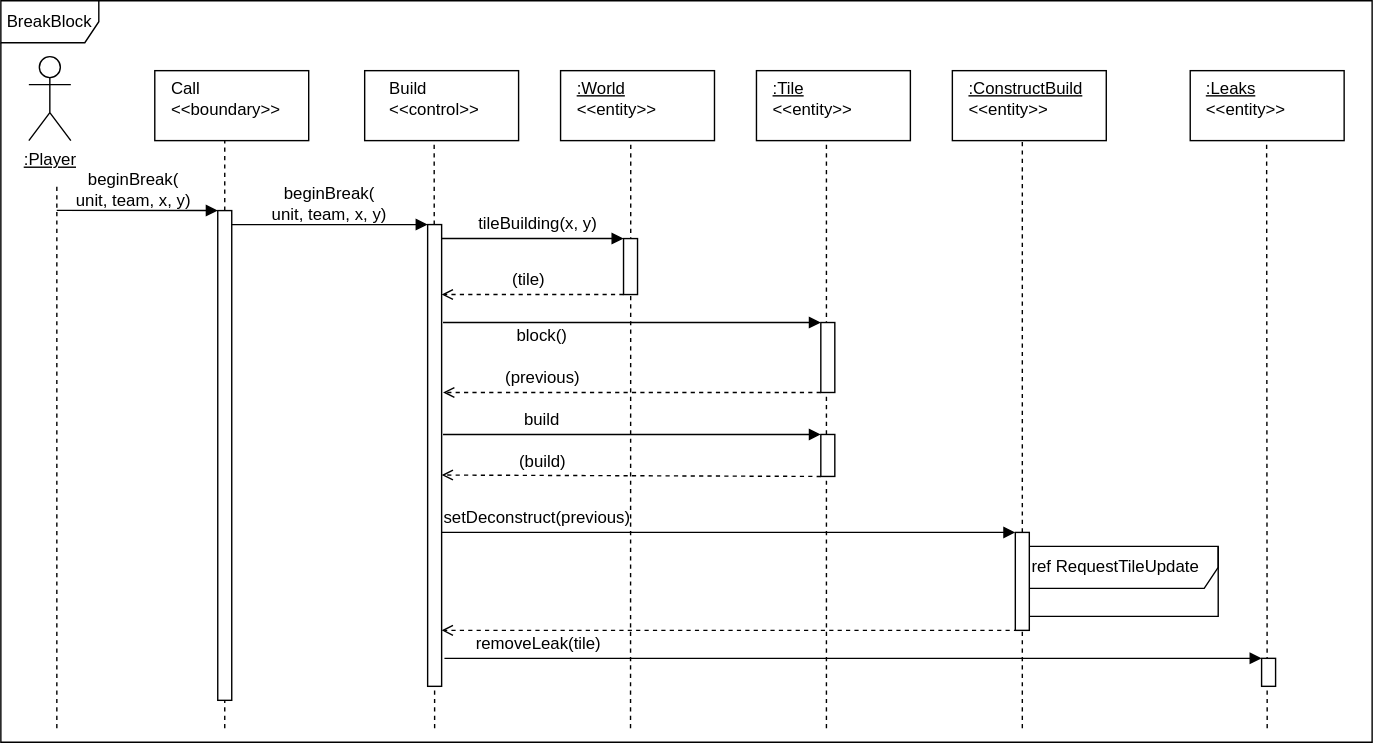
This is SE202526/Milestone3/UserStory2/assets/seqBreakBlock.svg from gabits17/Mindustry-Add-ons-SE-Project, a draw.io export, as it was before one commit. Source tidied: cells renumbered, new cells last; positions are measured from the earlier drawing's top-left corner, leaving out a move shared by most shapes. Its diagram source:
```xml
<mxGraphModel>
  <root>
    <mxCell id="0" />
    <mxCell id="1" parent="0" />
    <mxCell id="2" style="rounded=0;whiteSpace=wrap;html=1;" parent="1" vertex="1">
      <mxGeometry x="110" y="50" width="110" height="50" as="geometry" />
    </mxCell>
    <mxCell id="3" value="&lt;u&gt;:Player&lt;/u&gt;" style="shape=umlActor;verticalLabelPosition=bottom;verticalAlign=top;html=1;" parent="1" vertex="1">
      <mxGeometry x="20" y="40" width="30" height="60" as="geometry" />
    </mxCell>
    <mxCell id="4" value="Call&lt;div&gt;&amp;lt;&amp;lt;boundary&amp;gt;&amp;gt;&lt;/div&gt;" style="text;html=1;whiteSpace=wrap;strokeColor=none;fillColor=none;align=left;verticalAlign=middle;rounded=0;" parent="1" vertex="1">
      <mxGeometry x="120" y="55" width="60" height="30" as="geometry" />
    </mxCell>
    <mxCell id="5" style="rounded=0;whiteSpace=wrap;html=1;" parent="1" vertex="1">
      <mxGeometry x="260" y="50" width="110" height="50" as="geometry" />
    </mxCell>
    <mxCell id="6" value="&lt;div style=&quot;text-align: left;&quot;&gt;&lt;span style=&quot;background-color: transparent; color: light-dark(rgb(0, 0, 0), rgb(255, 255, 255));&quot;&gt;Build&lt;/span&gt;&lt;/div&gt;&lt;div&gt;&amp;lt;&amp;lt;control&amp;gt;&amp;gt;&lt;/div&gt;" style="text;html=1;whiteSpace=wrap;strokeColor=none;fillColor=none;align=center;verticalAlign=middle;rounded=0;" parent="1" vertex="1">
      <mxGeometry x="280" y="55" width="60" height="30" as="geometry" />
    </mxCell>
    <mxCell id="7" value="&lt;div style=&quot;text-align: left;&quot;&gt;&lt;br&gt;&lt;/div&gt;" style="rounded=0;whiteSpace=wrap;html=1;" parent="1" vertex="1">
      <mxGeometry x="400" y="50" width="110" height="50" as="geometry" />
    </mxCell>
    <mxCell id="8" value="&lt;div style=&quot;&quot;&gt;&lt;div&gt;&lt;span style=&quot;background-color: transparent; color: light-dark(rgb(0, 0, 0), rgb(255, 255, 255));&quot;&gt;&lt;u&gt;:World&lt;/u&gt;&lt;/span&gt;&lt;/div&gt;&lt;div&gt;&amp;lt;&amp;lt;entity&amp;gt;&amp;gt;&lt;/div&gt;&lt;/div&gt;" style="text;html=1;whiteSpace=wrap;strokeColor=none;fillColor=none;align=left;verticalAlign=middle;rounded=0;" parent="1" vertex="1">
      <mxGeometry x="410" y="55" width="60" height="30" as="geometry" />
    </mxCell>
    <mxCell id="9" style="endArrow=none;dashed=1;html=1;rounded=0;" parent="1" edge="1">
      <mxGeometry relative="1" as="geometry">
        <mxPoint x="40" y="520" as="sourcePoint" />
        <mxPoint x="40" y="130" as="targetPoint" />
      </mxGeometry>
    </mxCell>
    <mxCell id="10" style="endArrow=none;dashed=1;html=1;rounded=0;entryX=0.5;entryY=1;entryDx=0;entryDy=0;" parent="1" edge="1" source="53">
      <mxGeometry relative="1" as="geometry">
        <mxPoint x="160" y="100" as="targetPoint" />
      </mxGeometry>
    </mxCell>
    <mxCell id="11" style="endArrow=none;dashed=1;html=1;rounded=0;entryX=0.456;entryY=1.007;entryDx=0;entryDy=0;entryPerimeter=0;" parent="1" edge="1" target="7">
      <mxGeometry relative="1" as="geometry">
        <mxPoint x="450" y="520" as="sourcePoint" />
      </mxGeometry>
    </mxCell>
    <mxCell id="12" style="endArrow=block;html=1;rounded=0;endFill=1;exitX=0.994;exitY=0.038;exitDx=0;exitDy=0;exitPerimeter=0;entryX=0;entryY=0;entryDx=0;entryDy=0;" parent="1" edge="1" target="53">
      <mxGeometry relative="1" as="geometry">
        <mxPoint x="39.9" y="149.9" as="sourcePoint" />
      </mxGeometry>
    </mxCell>
    <mxCell id="13" value="beginBreak(&lt;div&gt;unit, team, x, y)&lt;/div&gt;" style="text;html=1;whiteSpace=wrap;strokeColor=none;fillColor=none;align=center;verticalAlign=middle;rounded=0;" parent="1" vertex="1">
      <mxGeometry x="50" y="120" width="90" height="30" as="geometry" />
    </mxCell>
    <mxCell id="14" style="endArrow=block;html=1;rounded=0;endFill=1;entryX=0;entryY=0;entryDx=0;entryDy=0;" parent="1" edge="1" target="26">
      <mxGeometry relative="1" as="geometry">
        <mxPoint x="160" y="160" as="sourcePoint" />
      </mxGeometry>
    </mxCell>
    <mxCell id="15" value="beginBreak(&lt;div&gt;unit, team, x, y)&lt;/div&gt;" style="text;html=1;whiteSpace=wrap;strokeColor=none;fillColor=none;align=center;verticalAlign=middle;rounded=0;" parent="1" vertex="1">
      <mxGeometry x="170" y="130" width="130" height="30" as="geometry" />
    </mxCell>
    <mxCell id="16" value="tileBuilding(x, y)" style="text;html=1;whiteSpace=wrap;strokeColor=none;fillColor=none;align=center;verticalAlign=middle;rounded=0;" parent="1" vertex="1">
      <mxGeometry x="313.5" y="150" width="140" height="20" as="geometry" />
    </mxCell>
    <mxCell id="17" style="endArrow=block;html=1;rounded=0;endFill=1;exitX=0.98;exitY=0.03;exitDx=0;exitDy=0;exitPerimeter=0;entryX=0;entryY=0;entryDx=0;entryDy=0;" parent="1" edge="1" source="26" target="23">
      <mxGeometry relative="1" as="geometry" />
    </mxCell>
    <mxCell id="18" value="BreakBlock" style="shape=umlFrame;whiteSpace=wrap;html=1;width=70;height=30;" parent="1" vertex="1">
      <mxGeometry width="980" height="530" as="geometry" />
    </mxCell>
    <mxCell id="19" value="&lt;div style=&quot;text-align: left;&quot;&gt;&lt;br&gt;&lt;/div&gt;" style="rounded=0;whiteSpace=wrap;html=1;" parent="1" vertex="1">
      <mxGeometry x="850" y="50" width="110" height="50" as="geometry" />
    </mxCell>
    <mxCell id="20" value="&lt;div style=&quot;text-align: left;&quot;&gt;&lt;div&gt;&lt;span style=&quot;background-color: transparent; color: light-dark(rgb(0, 0, 0), rgb(255, 255, 255));&quot;&gt;&lt;u&gt;:Leaks&lt;/u&gt;&lt;/span&gt;&lt;/div&gt;&lt;div style=&quot;text-align: center;&quot;&gt;&amp;lt;&amp;lt;entity&amp;gt;&amp;gt;&lt;/div&gt;&lt;/div&gt;" style="text;html=1;whiteSpace=wrap;strokeColor=none;fillColor=none;align=center;verticalAlign=middle;rounded=0;" parent="1" vertex="1">
      <mxGeometry x="860" y="55" width="60" height="30" as="geometry" />
    </mxCell>
    <mxCell id="21" value="&lt;div style=&quot;text-align: left;&quot;&gt;&lt;br&gt;&lt;/div&gt;" style="rounded=0;whiteSpace=wrap;html=1;" parent="1" vertex="1">
      <mxGeometry x="680" y="50" width="110" height="50" as="geometry" />
    </mxCell>
    <mxCell id="22" value="&lt;div style=&quot;&quot;&gt;&lt;div&gt;&lt;span style=&quot;background-color: transparent; color: light-dark(rgb(0, 0, 0), rgb(255, 255, 255));&quot;&gt;&lt;u&gt;:ConstructBuild&lt;/u&gt;&lt;/span&gt;&lt;/div&gt;&lt;div style=&quot;&quot;&gt;&amp;lt;&amp;lt;entity&amp;gt;&amp;gt;&lt;/div&gt;&lt;/div&gt;" style="text;html=1;whiteSpace=wrap;strokeColor=none;fillColor=none;align=left;verticalAlign=middle;rounded=0;" parent="1" vertex="1">
      <mxGeometry x="690" y="55" width="60" height="30" as="geometry" />
    </mxCell>
    <mxCell id="23" style="rounded=0;whiteSpace=wrap;html=1;" parent="1" vertex="1">
      <mxGeometry x="445" y="170" width="10" height="40" as="geometry" />
    </mxCell>
    <mxCell id="24" style="endArrow=open;html=1;rounded=0;endFill=0;exitX=0;exitY=1;exitDx=0;exitDy=0;dashed=1;" parent="1" edge="1" source="23">
      <mxGeometry relative="1" as="geometry">
        <mxPoint x="315" y="210" as="targetPoint" />
      </mxGeometry>
    </mxCell>
    <mxCell id="25" style="endArrow=none;dashed=1;html=1;rounded=0;entryX=0.5;entryY=1;entryDx=0;entryDy=0;" parent="1" edge="1">
      <mxGeometry relative="1" as="geometry">
        <mxPoint x="310" y="520" as="sourcePoint" />
        <mxPoint x="309.7" y="100" as="targetPoint" />
      </mxGeometry>
    </mxCell>
    <mxCell id="26" style="rounded=0;whiteSpace=wrap;html=1;" parent="1" vertex="1">
      <mxGeometry x="305" y="160" width="10" height="330" as="geometry" />
    </mxCell>
    <mxCell id="27" value="&lt;div&gt;(tile)&lt;/div&gt;" style="text;html=1;whiteSpace=wrap;strokeColor=none;fillColor=none;align=center;verticalAlign=middle;rounded=0;" parent="1" vertex="1">
      <mxGeometry x="340" y="190" width="75" height="20" as="geometry" />
    </mxCell>
    <mxCell id="28" value="&lt;div style=&quot;text-align: left;&quot;&gt;&lt;br&gt;&lt;/div&gt;" style="rounded=0;whiteSpace=wrap;html=1;" parent="1" vertex="1">
      <mxGeometry x="540" y="50" width="110" height="50" as="geometry" />
    </mxCell>
    <mxCell id="29" value="&lt;div style=&quot;&quot;&gt;&lt;div&gt;&lt;span style=&quot;background-color: transparent; color: light-dark(rgb(0, 0, 0), rgb(255, 255, 255));&quot;&gt;&lt;u&gt;:Tile&lt;/u&gt;&lt;/span&gt;&lt;/div&gt;&lt;div style=&quot;&quot;&gt;&amp;lt;&amp;lt;entity&amp;gt;&amp;gt;&lt;/div&gt;&lt;/div&gt;" style="text;html=1;whiteSpace=wrap;strokeColor=none;fillColor=none;align=left;verticalAlign=middle;rounded=0;" parent="1" vertex="1">
      <mxGeometry x="550" y="55" width="60" height="30" as="geometry" />
    </mxCell>
    <mxCell id="30" style="endArrow=none;dashed=1;html=1;rounded=0;entryX=0.5;entryY=1;entryDx=0;entryDy=0;" parent="1" edge="1">
      <mxGeometry relative="1" as="geometry">
        <mxPoint x="590" y="520" as="sourcePoint" />
        <mxPoint x="590" y="100" as="targetPoint" />
      </mxGeometry>
    </mxCell>
    <mxCell id="31" value="block()" style="text;html=1;whiteSpace=wrap;strokeColor=none;fillColor=none;align=center;verticalAlign=middle;rounded=0;" parent="1" vertex="1">
      <mxGeometry x="317" y="230" width="140" height="20" as="geometry" />
    </mxCell>
    <mxCell id="32" style="endArrow=block;html=1;rounded=0;endFill=1;exitX=0.874;exitY=-0.014;exitDx=0;exitDy=0;exitPerimeter=0;entryX=0;entryY=0;entryDx=0;entryDy=0;" parent="1" edge="1" target="35">
      <mxGeometry relative="1" as="geometry">
        <mxPoint x="316" y="230" as="sourcePoint" />
      </mxGeometry>
    </mxCell>
    <mxCell id="33" style="endArrow=open;html=1;rounded=0;endFill=0;dashed=1;exitX=0;exitY=1;exitDx=0;exitDy=0;" parent="1" edge="1" source="35">
      <mxGeometry relative="1" as="geometry">
        <mxPoint x="316" y="280" as="targetPoint" />
      </mxGeometry>
    </mxCell>
    <mxCell id="34" value="(previous)" style="text;html=1;whiteSpace=wrap;strokeColor=none;fillColor=none;align=center;verticalAlign=middle;rounded=0;" parent="1" vertex="1">
      <mxGeometry x="349.5" y="260" width="75" height="20" as="geometry" />
    </mxCell>
    <mxCell id="35" style="rounded=0;whiteSpace=wrap;html=1;" parent="1" vertex="1">
      <mxGeometry x="586" y="230" width="10" height="50" as="geometry" />
    </mxCell>
    <mxCell id="36" value="build" style="text;html=1;whiteSpace=wrap;strokeColor=none;fillColor=none;align=center;verticalAlign=middle;rounded=0;" parent="1" vertex="1">
      <mxGeometry x="366" y="290" width="42" height="20" as="geometry" />
    </mxCell>
    <mxCell id="37" style="endArrow=block;html=1;rounded=0;endFill=1;exitX=0.874;exitY=-0.014;exitDx=0;exitDy=0;exitPerimeter=0;entryX=0;entryY=0;entryDx=0;entryDy=0;" parent="1" edge="1" target="38">
      <mxGeometry relative="1" as="geometry">
        <mxPoint x="316" y="310" as="sourcePoint" />
      </mxGeometry>
    </mxCell>
    <mxCell id="38" style="rounded=0;whiteSpace=wrap;html=1;" parent="1" vertex="1">
      <mxGeometry x="586" y="310" width="10" height="30" as="geometry" />
    </mxCell>
    <mxCell id="39" style="endArrow=open;html=1;rounded=0;endFill=0;dashed=1;exitX=0;exitY=1;exitDx=0;exitDy=0;entryX=0.933;entryY=0.69;entryDx=0;entryDy=0;entryPerimeter=0;" parent="1" edge="1">
      <mxGeometry relative="1" as="geometry">
        <mxPoint x="586" y="340" as="sourcePoint" />
        <mxPoint x="315" y="339" as="targetPoint" />
      </mxGeometry>
    </mxCell>
    <mxCell id="40" value="(build)" style="text;html=1;whiteSpace=wrap;strokeColor=none;fillColor=none;align=center;verticalAlign=middle;rounded=0;" parent="1" vertex="1">
      <mxGeometry x="349.5" y="320" width="75" height="20" as="geometry" />
    </mxCell>
    <mxCell id="41" style="endArrow=none;dashed=1;html=1;rounded=0;entryX=0.5;entryY=1;entryDx=0;entryDy=0;" parent="1" edge="1" source="51">
      <mxGeometry relative="1" as="geometry">
        <mxPoint x="730" y="100" as="targetPoint" />
      </mxGeometry>
    </mxCell>
    <mxCell id="42" value="setDeconstruct(previous)" style="text;html=1;whiteSpace=wrap;strokeColor=none;fillColor=none;align=center;verticalAlign=middle;rounded=0;" parent="1" vertex="1">
      <mxGeometry x="341" y="360" width="85" height="20" as="geometry" />
    </mxCell>
    <mxCell id="43" style="endArrow=block;html=1;rounded=0;endFill=1;exitX=0.874;exitY=-0.014;exitDx=0;exitDy=0;exitPerimeter=0;" parent="1" edge="1">
      <mxGeometry relative="1" as="geometry">
        <mxPoint x="315" y="380" as="sourcePoint" />
        <mxPoint x="725" y="380" as="targetPoint" />
      </mxGeometry>
    </mxCell>
    <mxCell id="44" value="ref RequestTileUpdate" style="shape=umlFrame;whiteSpace=wrap;html=1;width=150;height=30;align=left;" parent="1" vertex="1">
      <mxGeometry x="735" y="390" width="135" height="50" as="geometry" />
    </mxCell>
    <mxCell id="45" style="endArrow=open;html=1;rounded=0;endFill=0;dashed=1;" parent="1" edge="1">
      <mxGeometry relative="1" as="geometry">
        <mxPoint x="727" y="450" as="sourcePoint" />
        <mxPoint x="315" y="450" as="targetPoint" />
      </mxGeometry>
    </mxCell>
    <mxCell id="46" style="endArrow=none;dashed=1;html=1;rounded=0;entryX=0.5;entryY=1;entryDx=0;entryDy=0;" parent="1" edge="1">
      <mxGeometry relative="1" as="geometry">
        <mxPoint x="905" y="520" as="sourcePoint" />
        <mxPoint x="904.6" y="100" as="targetPoint" />
      </mxGeometry>
    </mxCell>
    <mxCell id="47" value="removeLeak(tile)" style="text;html=1;whiteSpace=wrap;strokeColor=none;fillColor=none;align=center;verticalAlign=middle;rounded=0;" parent="1" vertex="1">
      <mxGeometry x="342" y="450" width="85" height="20" as="geometry" />
    </mxCell>
    <mxCell id="48" style="endArrow=block;html=1;rounded=0;endFill=1;exitX=0.874;exitY=-0.014;exitDx=0;exitDy=0;exitPerimeter=0;entryX=0;entryY=0;entryDx=0;entryDy=0;" parent="1" edge="1" target="49">
      <mxGeometry relative="1" as="geometry">
        <mxPoint x="317" y="470" as="sourcePoint" />
      </mxGeometry>
    </mxCell>
    <mxCell id="49" style="rounded=0;whiteSpace=wrap;html=1;" parent="1" vertex="1">
      <mxGeometry x="901" y="470" width="10" height="20" as="geometry" />
    </mxCell>
    <mxCell id="50" style="endArrow=none;dashed=1;html=1;rounded=0;entryX=0.5;entryY=1;entryDx=0;entryDy=0;" parent="1" edge="1" target="51">
      <mxGeometry relative="1" as="geometry">
        <mxPoint x="730" y="520" as="sourcePoint" />
      </mxGeometry>
    </mxCell>
    <mxCell id="51" style="rounded=0;whiteSpace=wrap;html=1;" parent="1" vertex="1">
      <mxGeometry x="725" y="380" width="10" height="70" as="geometry" />
    </mxCell>
    <mxCell id="52" style="endArrow=none;dashed=1;html=1;rounded=0;entryX=0.5;entryY=1;entryDx=0;entryDy=0;" parent="1" edge="1" target="53">
      <mxGeometry relative="1" as="geometry">
        <mxPoint x="160" y="520" as="sourcePoint" />
      </mxGeometry>
    </mxCell>
    <mxCell id="53" style="rounded=0;whiteSpace=wrap;html=1;" parent="1" vertex="1">
      <mxGeometry x="155" y="150" width="10" height="350" as="geometry" />
    </mxCell>
  </root>
</mxGraphModel>
```
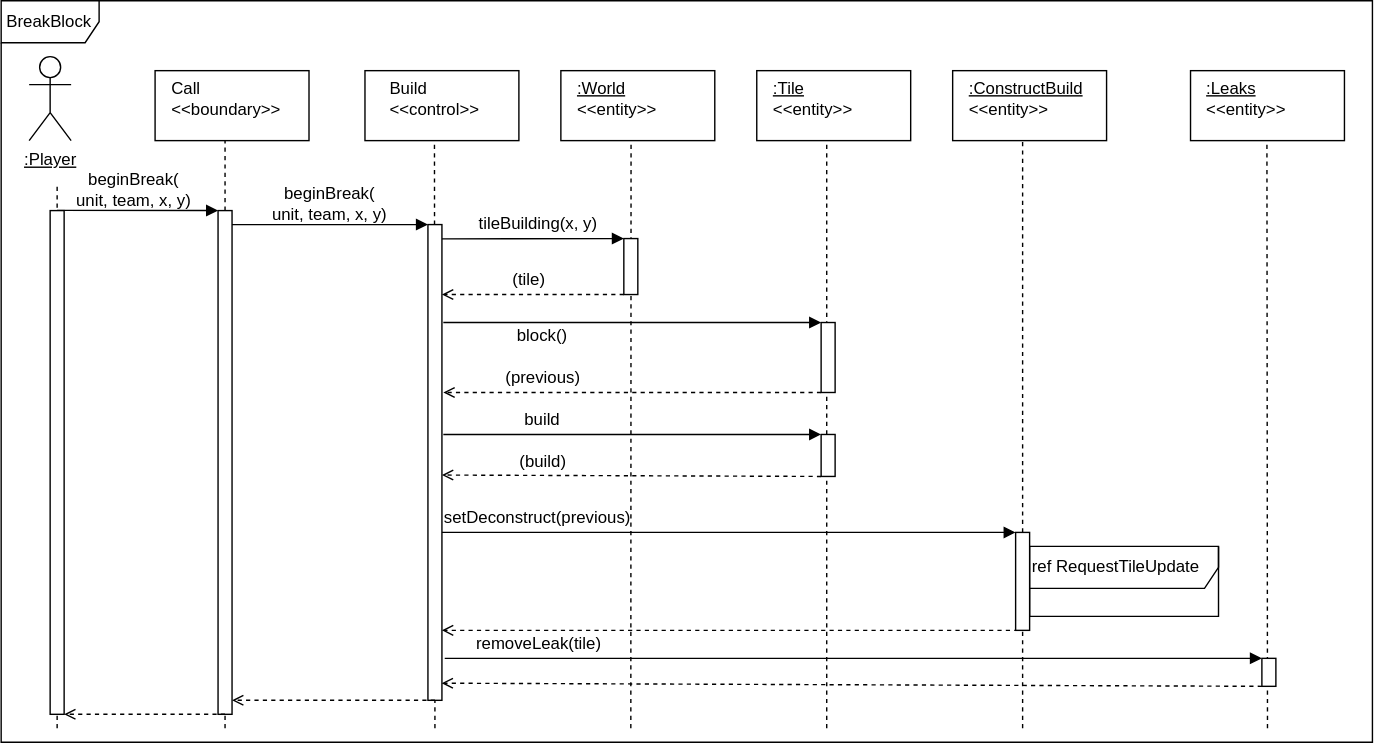
The same file after the commit.

Change to the diagram source:
```diff
@@ -91,7 +91,7 @@
       </mxGeometry>
     </mxCell>
     <mxCell id="26" style="rounded=0;whiteSpace=wrap;html=1;" parent="1" vertex="1">
-      <mxGeometry x="305" y="160" width="10" height="330" as="geometry" />
+      <mxGeometry x="305" y="160" width="10" height="340" as="geometry" />
     </mxCell>
     <mxCell id="27" value="&lt;div&gt;(tile)&lt;/div&gt;" style="text;html=1;whiteSpace=wrap;strokeColor=none;fillColor=none;align=center;verticalAlign=middle;rounded=0;" parent="1" vertex="1">
       <mxGeometry x="340" y="190" width="75" height="20" as="geometry" />
@@ -201,7 +201,27 @@
       </mxGeometry>
     </mxCell>
     <mxCell id="53" style="rounded=0;whiteSpace=wrap;html=1;" parent="1" vertex="1">
-      <mxGeometry x="155" y="150" width="10" height="350" as="geometry" />
+      <mxGeometry x="155" y="150" width="10" height="360" as="geometry" />
     </mxCell>
+    <mxCell id="54" style="rounded=0;whiteSpace=wrap;html=1;" parent="1" vertex="1">
+      <mxGeometry x="35" y="150" width="10" height="360" as="geometry" />
+    </mxCell>
+    <mxCell id="55" style="endArrow=open;html=1;rounded=0;endFill=0;dashed=1;" parent="1" edge="1">
+      <mxGeometry relative="1" as="geometry">
+        <mxPoint x="310" y="500" as="sourcePoint" />
+        <mxPoint x="165" y="500" as="targetPoint" />
+      </mxGeometry>
+    </mxCell>
+    <mxCell id="56" style="endArrow=open;html=1;rounded=0;endFill=0;dashed=1;" parent="1" edge="1">
+      <mxGeometry relative="1" as="geometry">
+        <mxPoint x="160" y="510" as="sourcePoint" />
+        <mxPoint x="45" y="510" as="targetPoint" />
+      </mxGeometry>
+    </mxCell>
+    <mxCell id="57" style="endArrow=open;html=1;rounded=0;endFill=0;dashed=1;entryX=0.978;entryY=0.964;entryDx=0;entryDy=0;entryPerimeter=0;" parent="1" edge="1" target="26">
+      <mxGeometry relative="1" as="geometry">
+        <mxPoint x="901" y="490" as="sourcePoint" />
+      </mxGeometry>
+    </mxCell>
   </root>
 </mxGraphModel>
```
